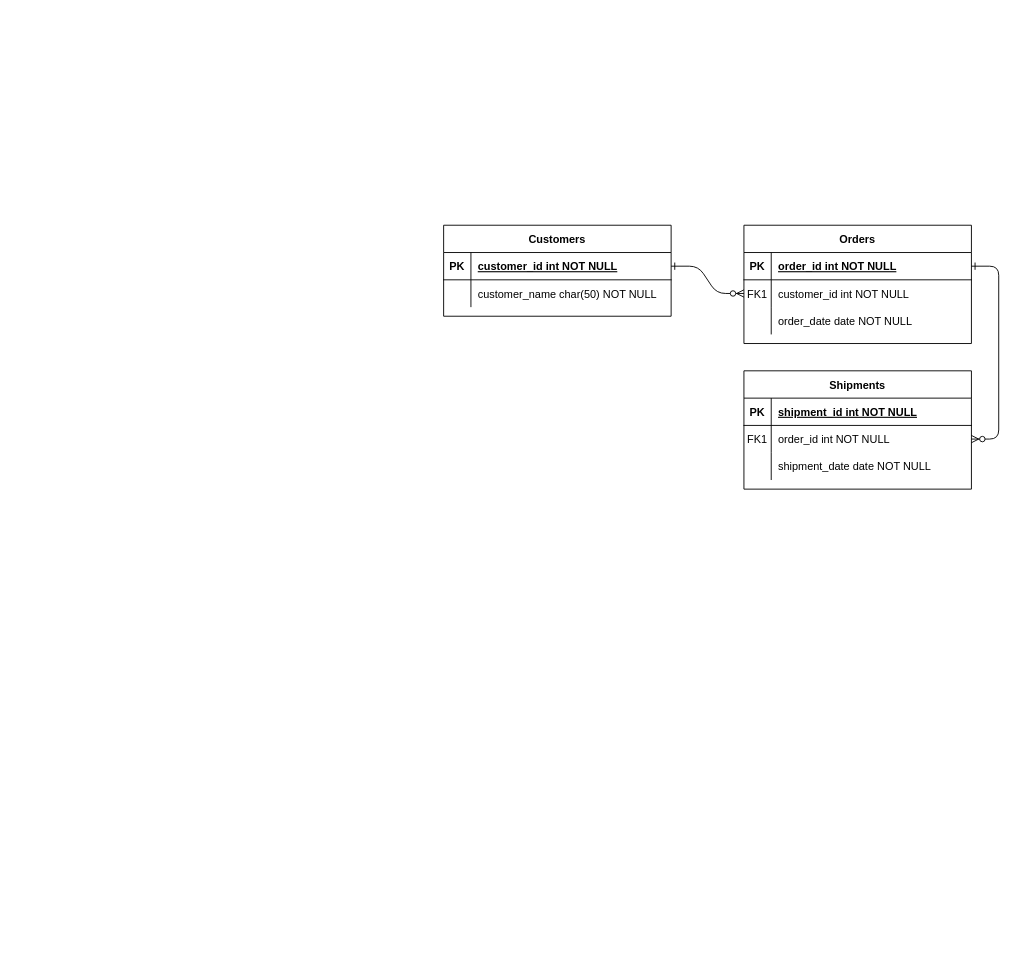
Earlier version of the draw.io diagram Polynames_diagramme_database.drawio (Tom-D04/Polynames). Source tidied: cells renumbered, new cells numbered last; positions are measured from the earlier drawing's top-left corner, leaving out a move shared by most shapes. Both pictures are drawn from the tidied source at 91%, with x=0, y=0 at pixel (443, 225).
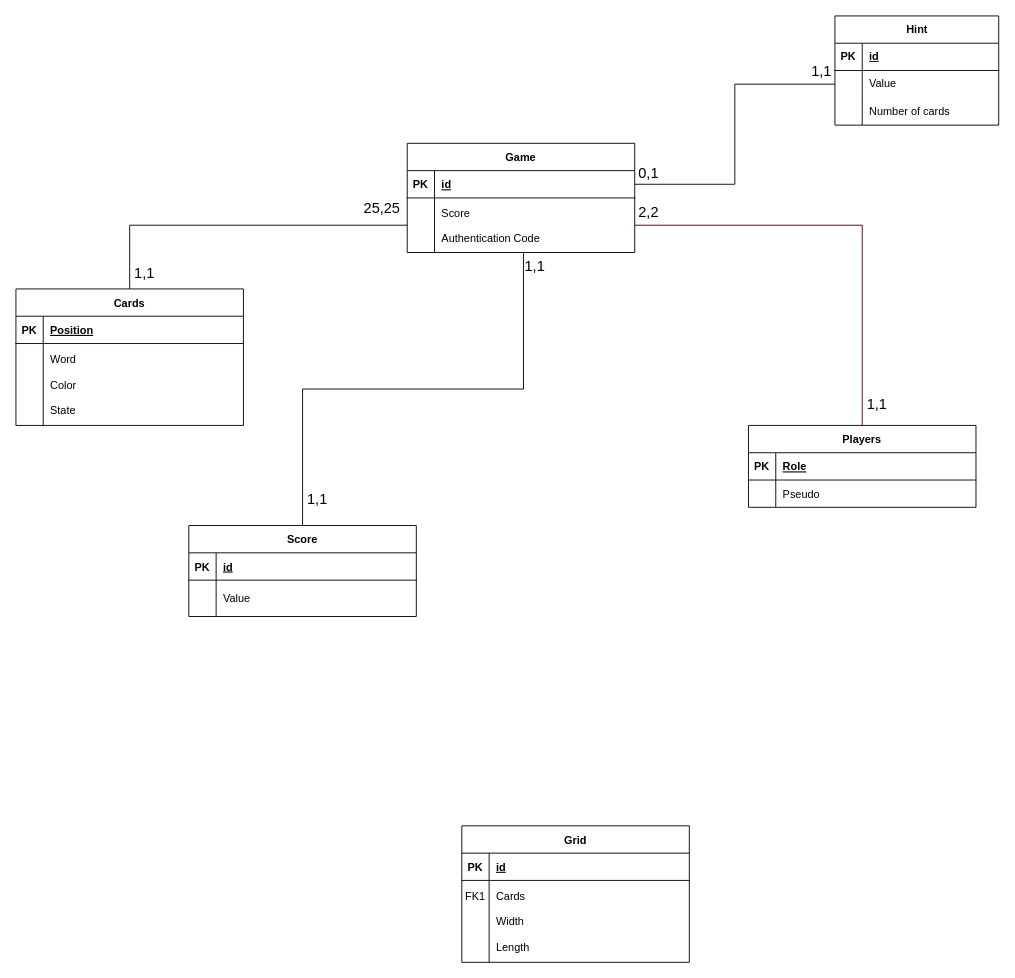
After the change.

Commit message:
Mettre à jour Polynames_diagramme_database.drawio

The change refers to these unchanged cells:
```xml
<mxCell id="5" style="shape=partialRectangle;fillColor=none;points=[[0,0.5],[1,0.5]];portConstraint=eastwest;top=0;left=0;right=0;bottom=1;" parent="4" vertex="1">
  <mxGeometry y="30" width="250" height="30" as="geometry" />
</mxCell>
<mxCell id="8" style="shape=partialRectangle;fillColor=none;points=[[0,0.5],[1,0.5]];portConstraint=eastwest;top=0;left=0;right=0;bottom=0;" parent="4" vertex="1">
  <mxGeometry y="60" width="250" height="30" as="geometry" />
</mxCell>
<mxCell id="15" style="shape=partialRectangle;fillColor=none;top=0;left=0;right=0;bottom=1;" parent="14" vertex="1">
  <mxGeometry y="30" width="250" height="30" as="geometry" />
</mxCell>
<mxCell id="25" style="shape=partialRectangle;fillColor=none;points=[[0,0.5],[1,0.5]];portConstraint=eastwest;top=0;left=0;right=0;bottom=1;" parent="24" vertex="1">
  <mxGeometry y="30" width="250" height="30" as="geometry" />
</mxCell>
```

Diff of the diagram source:
```diff
@@
-    <mxCell id="2" style="edgeStyle=entityRelationEdgeStyle;endArrow=ERzeroToMany;startArrow=ERone;endFill=1;startFill=0;" parent="1" edge="1" source="25" target="8">
-      <mxGeometry relative="1" as="geometry" />
-    </mxCell>
-    <mxCell id="3" style="edgeStyle=entityRelationEdgeStyle;endArrow=ERzeroToMany;startArrow=ERone;endFill=1;startFill=0;" parent="1" edge="1" source="5" target="18">
-      <mxGeometry relative="1" as="geometry" />
-    </mxCell>
-    <mxCell id="4" value="Orders" style="shape=table;startSize=30;childLayout=tableLayout;rowLines=0;fontStyle=1;align=center;" parent="1" vertex="1">
-      <mxGeometry x="330" width="250" height="130" as="geometry" />
+    <mxCell id="4" value="Players" style="shape=table;startSize=30;childLayout=tableLayout;rowLines=0;fontStyle=1;align=center;" parent="1" vertex="1">
+      <mxGeometry x="335" y="220" width="250" height="90" as="geometry" />
     </mxCell>
@@
-    <mxCell id="7" value="order_id int NOT NULL " style="shape=partialRectangle;overflow=hidden;fillColor=none;top=0;left=0;bottom=0;right=0;align=left;spacingLeft=6;fontStyle=5;" parent="5" vertex="1">
+    <mxCell id="7" value="Role" style="shape=partialRectangle;overflow=hidden;fillColor=none;top=0;left=0;bottom=0;right=0;align=left;spacingLeft=6;fontStyle=5;" parent="5" vertex="1">
       <mxGeometry x="30" width="220" height="30" as="geometry" />
     </mxCell>
@@
-    <mxCell id="9" value="FK1" style="shape=partialRectangle;overflow=hidden;fillColor=none;top=0;left=0;bottom=0;right=0;" parent="8" vertex="1">
+    <mxCell id="9" style="shape=partialRectangle;overflow=hidden;fillColor=none;top=0;left=0;bottom=0;right=0;" parent="8" vertex="1">
       <mxGeometry width="30" height="30" as="geometry" />
     </mxCell>
-    <mxCell id="10" value="customer_id int NOT NULL" style="shape=partialRectangle;overflow=hidden;fillColor=none;top=0;left=0;bottom=0;right=0;align=left;spacingLeft=6;" parent="8" vertex="1">
+    <mxCell id="10" value="Pseudo" style="shape=partialRectangle;overflow=hidden;fillColor=none;top=0;left=0;bottom=0;right=0;align=left;spacingLeft=6;" parent="8" vertex="1">
       <mxGeometry x="30" width="220" height="30" as="geometry" />
     </mxCell>
-    <mxCell id="11" style="shape=partialRectangle;fillColor=none;top=0;left=0;right=0;bottom=0;" parent="4" vertex="1">
-      <mxGeometry y="90" width="250" height="30" as="geometry" />
-    </mxCell>
-    <mxCell id="12" style="shape=partialRectangle;overflow=hidden;fillColor=none;top=0;left=0;bottom=0;right=0;" parent="11" vertex="1">
-      <mxGeometry width="30" height="30" as="geometry" />
-    </mxCell>
-    <mxCell id="13" value="order_date date NOT NULL" style="shape=partialRectangle;overflow=hidden;fillColor=none;top=0;left=0;bottom=0;right=0;align=left;spacingLeft=6;" parent="11" vertex="1">
-      <mxGeometry x="30" width="220" height="30" as="geometry" />
-    </mxCell>
-    <mxCell id="14" value="Shipments" style="shape=table;startSize=30;childLayout=tableLayout;rowLines=0;fontStyle=1;align=center;" parent="1" vertex="1">
-      <mxGeometry x="330" y="160" width="250" height="130" as="geometry" />
+    <mxCell id="14" value="Grid" style="shape=table;startSize=30;childLayout=tableLayout;rowLines=0;fontStyle=1;align=center;" parent="1" vertex="1">
+      <mxGeometry x="20" y="660" width="250" height="150" as="geometry" />
     </mxCell>
@@
-    <mxCell id="17" value="shipment_id int NOT NULL " style="shape=partialRectangle;overflow=hidden;fillColor=none;top=0;left=0;bottom=0;right=0;align=left;spacingLeft=6;fontStyle=5;" parent="15" vertex="1">
+    <mxCell id="17" value="id" style="shape=partialRectangle;overflow=hidden;fillColor=none;top=0;left=0;bottom=0;right=0;align=left;spacingLeft=6;fontStyle=5;" parent="15" vertex="1">
       <mxGeometry x="30" width="220" height="30" as="geometry" />
     </mxCell>
     <mxCell id="18" style="shape=partialRectangle;fillColor=none;points=[[0,0.5],[1,0.5]];portConstraint=eastwest;top=0;left=0;right=0;bottom=0;" parent="14" vertex="1">
-      <mxGeometry y="60" width="250" height="30" as="geometry" />
+      <mxGeometry y="60" width="250" height="90" as="geometry" />
     </mxCell>
-    <mxCell id="19" value="FK1" style="shape=partialRectangle;overflow=hidden;fillColor=none;top=0;left=0;bottom=0;right=0;" parent="18" vertex="1">
-      <mxGeometry width="30" height="30" as="geometry" />
+    <mxCell id="19" value="FK1&#10;&#10;&#10;&#10;" style="shape=partialRectangle;overflow=hidden;fillColor=none;top=0;left=0;bottom=0;right=0;" parent="18" vertex="1">
+      <mxGeometry width="30" height="90" as="geometry" />
     </mxCell>
-    <mxCell id="20" value="order_id int NOT NULL" style="shape=partialRectangle;overflow=hidden;fillColor=none;top=0;left=0;bottom=0;right=0;align=left;spacingLeft=6;" parent="18" vertex="1">
-      <mxGeometry x="30" width="220" height="30" as="geometry" />
+    <mxCell id="20" value="Cards&#10;&#10;Width&#10;&#10;Length" style="shape=partialRectangle;overflow=hidden;fillColor=none;top=0;left=0;bottom=0;right=0;align=left;spacingLeft=6;" parent="18" vertex="1">
+      <mxGeometry x="30" width="220" height="90" as="geometry" />
     </mxCell>
-    <mxCell id="21" style="shape=partialRectangle;fillColor=none;top=0;left=0;right=0;bottom=0;" parent="14" vertex="1">
-      <mxGeometry y="90" width="250" height="30" as="geometry" />
-    </mxCell>
-    <mxCell id="22" style="shape=partialRectangle;overflow=hidden;fillColor=none;top=0;left=0;bottom=0;right=0;" parent="21" vertex="1">
-      <mxGeometry width="30" height="30" as="geometry" />
-    </mxCell>
-    <mxCell id="23" value="shipment_date date NOT NULL" style="shape=partialRectangle;overflow=hidden;fillColor=none;top=0;left=0;bottom=0;right=0;align=left;spacingLeft=6;" parent="21" vertex="1">
-      <mxGeometry x="30" width="220" height="30" as="geometry" />
-    </mxCell>
-    <mxCell id="24" value="Customers" style="shape=table;startSize=30;childLayout=tableLayout;rowLines=0;fontStyle=1;align=center;" parent="1" vertex="1">
-      <mxGeometry width="250" height="100" as="geometry" />
+    <mxCell id="24" value="Cards" style="shape=table;startSize=30;childLayout=tableLayout;rowLines=0;fontStyle=1;align=center;" parent="1" vertex="1">
+      <mxGeometry x="-470" y="70" width="250" height="150" as="geometry" />
     </mxCell>
@@
-    <mxCell id="27" value="customer_id int NOT NULL " style="shape=partialRectangle;overflow=hidden;fillColor=none;top=0;left=0;bottom=0;right=0;align=left;spacingLeft=6;fontStyle=5;" parent="25" vertex="1">
+    <mxCell id="27" value="Position" style="shape=partialRectangle;overflow=hidden;fillColor=none;top=0;left=0;bottom=0;right=0;align=left;spacingLeft=6;fontStyle=5;" parent="25" vertex="1">
       <mxGeometry x="30" width="220" height="30" as="geometry" />
     </mxCell>
     <mxCell id="28" style="shape=partialRectangle;fillColor=none;top=0;left=0;right=0;bottom=0;" parent="24" vertex="1">
-      <mxGeometry y="60" width="250" height="30" as="geometry" />
+      <mxGeometry y="60" width="250" height="90" as="geometry" />
     </mxCell>
     <mxCell id="29" style="shape=partialRectangle;overflow=hidden;fillColor=none;top=0;left=0;bottom=0;right=0;" parent="28" vertex="1">
-      <mxGeometry width="30" height="30" as="geometry" />
+      <mxGeometry width="30" height="90" as="geometry" />
     </mxCell>
-    <mxCell id="30" value="customer_name char(50) NOT NULL" style="shape=partialRectangle;overflow=hidden;fillColor=none;top=0;left=0;bottom=0;right=0;align=left;spacingLeft=6;" parent="28" vertex="1">
-      <mxGeometry x="30" width="220" height="30" as="geometry" />
+    <mxCell id="30" value="Word&#10;&#10;Color&#10;&#10;State" style="shape=partialRectangle;overflow=hidden;fillColor=none;top=0;left=0;bottom=0;right=0;align=left;spacingLeft=6;" parent="28" vertex="1">
+      <mxGeometry x="30" width="220" height="90" as="geometry" />
     </mxCell>
+    <mxCell id="31" value="Score" style="shape=table;startSize=30;childLayout=tableLayout;rowLines=0;fontStyle=1;align=center;" parent="1" vertex="1">
+      <mxGeometry x="-280" y="330" width="250" height="100" as="geometry" />
+    </mxCell>
+    <mxCell id="32" style="shape=partialRectangle;fillColor=none;top=0;left=0;right=0;bottom=1;" parent="31" vertex="1">
+      <mxGeometry y="30" width="250" height="30" as="geometry" />
+    </mxCell>
+    <mxCell id="33" value="PK" style="shape=partialRectangle;overflow=hidden;fillColor=none;top=0;left=0;bottom=0;right=0;fontStyle=1;" parent="32" vertex="1">
+      <mxGeometry width="30" height="30" as="geometry" />
+    </mxCell>
+    <mxCell id="34" value="id" style="shape=partialRectangle;overflow=hidden;fillColor=none;top=0;left=0;bottom=0;right=0;align=left;spacingLeft=6;fontStyle=5;" parent="32" vertex="1">
+      <mxGeometry x="30" width="220" height="30" as="geometry" />
+    </mxCell>
+    <mxCell id="35" style="shape=partialRectangle;fillColor=none;top=0;left=0;right=0;bottom=0;" parent="31" vertex="1">
+      <mxGeometry y="60" width="250" height="40" as="geometry" />
+    </mxCell>
+    <mxCell id="36" style="shape=partialRectangle;overflow=hidden;fillColor=none;top=0;left=0;bottom=0;right=0;" parent="35" vertex="1">
+      <mxGeometry width="30" height="40" as="geometry" />
+    </mxCell>
+    <mxCell id="37" value="Value" style="shape=partialRectangle;overflow=hidden;fillColor=none;top=0;left=0;bottom=0;right=0;align=left;spacingLeft=6;" parent="35" vertex="1">
+      <mxGeometry x="30" width="220" height="40" as="geometry" />
+    </mxCell>
+    <mxCell id="38" value="Game" style="shape=table;startSize=30;childLayout=tableLayout;rowLines=0;fontStyle=1;align=center;" parent="1" vertex="1">
+      <mxGeometry x="-40" y="-90" width="250" height="120" as="geometry" />
+    </mxCell>
+    <mxCell id="39" style="shape=partialRectangle;fillColor=none;points=[[0,0.5],[1,0.5]];portConstraint=eastwest;top=0;left=0;right=0;bottom=1;" parent="38" vertex="1">
+      <mxGeometry y="30" width="250" height="30" as="geometry" />
+    </mxCell>
+    <mxCell id="40" value="PK" style="shape=partialRectangle;overflow=hidden;fillColor=none;top=0;left=0;bottom=0;right=0;fontStyle=1;" parent="39" vertex="1">
+      <mxGeometry width="30" height="30" as="geometry" />
+    </mxCell>
+    <mxCell id="41" value="id" style="shape=partialRectangle;overflow=hidden;fillColor=none;top=0;left=0;bottom=0;right=0;align=left;spacingLeft=6;fontStyle=5;" parent="39" vertex="1">
+      <mxGeometry x="30" width="220" height="30" as="geometry" />
+    </mxCell>
+    <mxCell id="42" style="shape=partialRectangle;fillColor=none;points=[[0,0.5],[1,0.5]];portConstraint=eastwest;top=0;left=0;right=0;bottom=0;" parent="38" vertex="1">
+      <mxGeometry y="60" width="250" height="60" as="geometry" />
+    </mxCell>
+    <mxCell id="43" style="shape=partialRectangle;overflow=hidden;fillColor=none;top=0;left=0;bottom=0;right=0;" parent="42" vertex="1">
+      <mxGeometry width="30" height="60" as="geometry" />
+    </mxCell>
+    <mxCell id="44" value="Score&#10;&#10;Authentication Code" style="shape=partialRectangle;overflow=hidden;fillColor=none;top=0;left=0;bottom=0;right=0;align=left;spacingLeft=6;" parent="42" vertex="1">
+      <mxGeometry x="30" width="220" height="60" as="geometry" />
+    </mxCell>
+    <mxCell id="45" style="edgeStyle=orthogonalEdgeStyle;rounded=0;jettySize=auto;html=1;exitX=1;exitY=0.5;exitDx=0;exitDy=0;strokeColor=#33001A;endArrow=none;endFill=0;fillColor=#a20025;elbow=vertical;" parent="1" edge="1" source="42" target="4">
+      <mxGeometry relative="1" as="geometry" />
+    </mxCell>
+    <mxCell id="46" value="1,1" style="edgeLabel;html=1;align=center;verticalAlign=middle;fontSize=16;" parent="45" vertex="1">
+      <mxGeometry x="0.88" relative="1" as="geometry">
+        <mxPoint x="15" y="3" as="offset" />
+      </mxGeometry>
+    </mxCell>
+    <mxCell id="47" value="&lt;font style=&quot;font-size: 16px;&quot;&gt;2,2&lt;/font&gt;" style="text;html=1;align=center;verticalAlign=middle;strokeColor=none;fillColor=none;" parent="1" vertex="1">
+      <mxGeometry x="200" y="-30" width="50" height="30" as="geometry" />
+    </mxCell>
+    <mxCell id="48" style="edgeStyle=orthogonalEdgeStyle;rounded=0;jettySize=auto;html=1;exitX=0;exitY=0.5;exitDx=0;exitDy=0;entryX=0.5;entryY=0;entryDx=0;entryDy=0;endArrow=none;endFill=0;" parent="1" edge="1" source="42" target="24">
+      <mxGeometry relative="1" as="geometry" />
+    </mxCell>
+    <mxCell id="49" value="1,1" style="edgeLabel;html=1;align=center;verticalAlign=middle;fontSize=16;" parent="48" vertex="1">
+      <mxGeometry x="0.83" relative="1" as="geometry">
+        <mxPoint x="15" y="13" as="offset" />
+      </mxGeometry>
+    </mxCell>
+    <mxCell id="50" value="&lt;font style=&quot;font-size: 16px;&quot;&gt;25,25&lt;/font&gt;" style="edgeLabel;html=1;align=center;verticalAlign=middle;" parent="48" vertex="1">
+      <mxGeometry x="-0.76" relative="1" as="geometry">
+        <mxPoint x="16" y="-20" as="offset" />
+      </mxGeometry>
+    </mxCell>
+    <mxCell id="51" style="edgeStyle=orthogonalEdgeStyle;rounded=0;jettySize=auto;html=1;exitX=0.5;exitY=0;exitDx=0;exitDy=0;entryX=0.511;entryY=1.013;entryDx=0;entryDy=0;entryPerimeter=0;endArrow=none;endFill=0;" parent="1" edge="1" source="31" target="42">
+      <mxGeometry relative="1" as="geometry" />
+    </mxCell>
+    <mxCell id="52" value="&lt;font style=&quot;font-size: 16px;&quot;&gt;1,1&lt;/font&gt;" style="edgeLabel;html=1;align=center;verticalAlign=middle;" parent="51" vertex="1">
+      <mxGeometry x="-0.87" y="2" relative="1" as="geometry">
+        <mxPoint x="17" y="5" as="offset" />
+      </mxGeometry>
+    </mxCell>
+    <mxCell id="53" value="&lt;font style=&quot;font-size: 16px;&quot;&gt;1,1&lt;/font&gt;" style="edgeLabel;html=1;align=center;verticalAlign=middle;" parent="51" vertex="1">
+      <mxGeometry x="0.91" y="-2" relative="1" as="geometry">
+        <mxPoint x="10" y="-10" as="offset" />
+      </mxGeometry>
+    </mxCell>
+    <mxCell id="54" value="Hint" style="shape=table;startSize=30;childLayout=tableLayout;rowLines=0;fontStyle=1;align=center;html=1;" parent="1" vertex="1">
+      <mxGeometry x="430" y="-230" width="180" height="120" as="geometry" />
+    </mxCell>
+    <mxCell id="55" style="shape=tableRow;horizontal=0;startSize=0;swimlaneHead=0;swimlaneBody=0;fillColor=none;top=0;left=0;right=0;bottom=1;" parent="54" vertex="1">
+      <mxGeometry y="30" width="180" height="30" as="geometry" />
+    </mxCell>
+    <mxCell id="56" value="PK" style="shape=partialRectangle;fillColor=none;top=0;left=0;bottom=0;right=0;fontStyle=1;overflow=hidden;whiteSpace=wrap;html=1;" parent="55" vertex="1">
+      <mxGeometry width="30" height="30" as="geometry" />
+    </mxCell>
+    <mxCell id="57" value="id" style="shape=partialRectangle;fillColor=none;top=0;left=0;bottom=0;right=0;align=left;spacingLeft=6;fontStyle=5;overflow=hidden;whiteSpace=wrap;html=1;" parent="55" vertex="1">
+      <mxGeometry x="30" width="150" height="30" as="geometry" />
+    </mxCell>
+    <mxCell id="58" style="shape=tableRow;horizontal=0;startSize=0;swimlaneHead=0;swimlaneBody=0;fillColor=none;points=[[0,0.5],[1,0.5]];portConstraint=eastwest;top=0;left=0;right=0;bottom=0;" parent="54" vertex="1">
+      <mxGeometry y="60" width="180" height="30" as="geometry" />
+    </mxCell>
+    <mxCell id="59" style="shape=partialRectangle;fillColor=none;top=0;left=0;bottom=0;right=0;overflow=hidden;whiteSpace=wrap;html=1;" parent="58" vertex="1">
+      <mxGeometry width="30" height="30" as="geometry" />
+    </mxCell>
+    <mxCell id="60" value="Value" style="shape=partialRectangle;fillColor=none;top=0;left=0;bottom=0;right=0;align=left;spacingLeft=6;overflow=hidden;whiteSpace=wrap;html=1;" parent="58" vertex="1">
+      <mxGeometry x="30" width="150" height="30" as="geometry" />
+    </mxCell>
+    <mxCell id="61" style="shape=tableRow;horizontal=0;startSize=0;swimlaneHead=0;swimlaneBody=0;fillColor=none;top=0;left=0;right=0;bottom=0;" parent="54" vertex="1">
+      <mxGeometry y="90" width="180" height="30" as="geometry" />
+    </mxCell>
+    <mxCell id="62" style="shape=partialRectangle;fillColor=none;top=0;left=0;bottom=0;right=0;overflow=hidden;whiteSpace=wrap;html=1;" parent="61" vertex="1">
+      <mxGeometry width="30" height="30" as="geometry" />
+    </mxCell>
+    <mxCell id="63" value="Number of cards" style="shape=partialRectangle;fillColor=none;top=0;left=0;bottom=0;right=0;align=left;spacingLeft=6;overflow=hidden;whiteSpace=wrap;html=1;" parent="61" vertex="1">
+      <mxGeometry x="30" width="150" height="30" as="geometry" />
+    </mxCell>
+    <mxCell id="64" style="edgeStyle=orthogonalEdgeStyle;rounded=0;jettySize=auto;html=1;exitX=0;exitY=0.5;exitDx=0;exitDy=0;entryX=1;entryY=0.5;entryDx=0;entryDy=0;endArrow=none;endFill=0;" parent="1" edge="1" source="58" target="39">
+      <mxGeometry relative="1" as="geometry" />
+    </mxCell>
+    <mxCell id="65" value="&lt;span style=&quot;font-size: 16px;&quot;&gt;0,1&lt;/span&gt;" style="text;html=1;align=center;verticalAlign=middle;strokeColor=none;fillColor=none;" parent="1" vertex="1">
+      <mxGeometry x="200" y="-72" width="50" height="30" as="geometry" />
+    </mxCell>
+    <mxCell id="66" value="&lt;font style=&quot;font-size: 16px;&quot;&gt;1,1&lt;/font&gt;" style="text;html=1;align=center;verticalAlign=middle;strokeColor=none;fillColor=none;" parent="1" vertex="1">
+      <mxGeometry x="390" y="-185" width="50" height="30" as="geometry" />
+    </mxCell>
```
